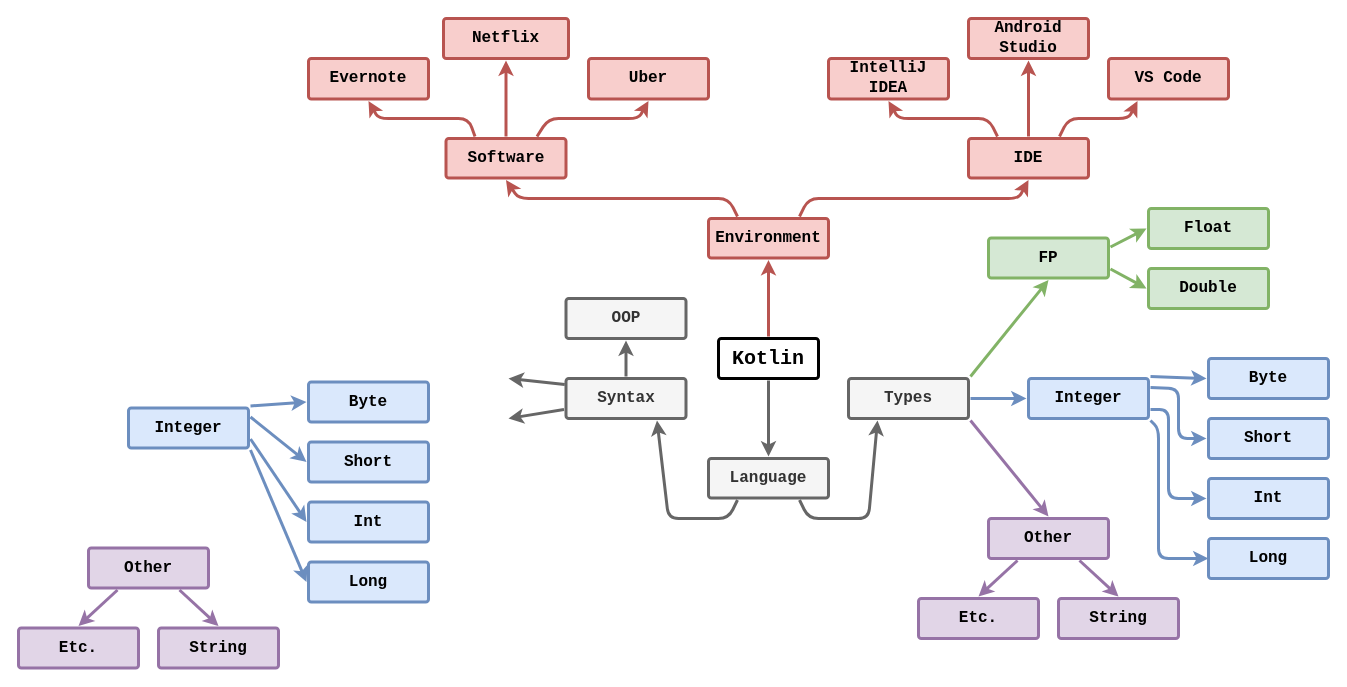
IvanKr08/Root-Certificate-Updater keeps this draw.io diagram as Диаграмма без названия.drawio. Above is the earlier version. Source tidied: cells renumbered, new cells numbered last; positions are measured from the earlier drawing's top-left corner, leaving out a move shared by most shapes. Both pictures are drawn from the tidied source at 100%, with x=0, y=0 at pixel (18, 18).
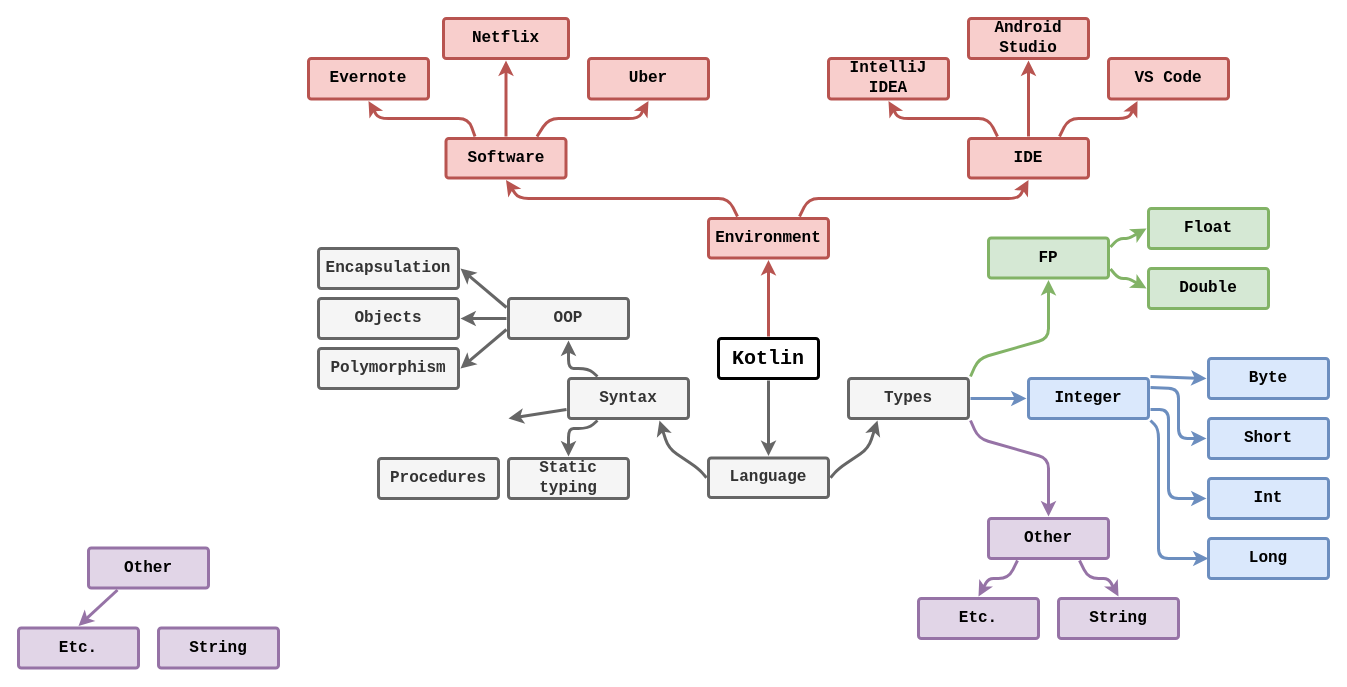
The same page after the edit.

Unchanged cells that the change refers to:
```xml
<mxCell id="13" value="Types" style="rounded=1;whiteSpace=wrap;html=1;shadow=0;labelBackgroundColor=none;strokeWidth=3;fontFamily=Courier New;fontSize=16;align=center;spacing=5;fontStyle=1;arcSize=7;perimeterSpacing=2;fillColor=#f5f5f5;strokeColor=#666666;fontColor=#333333;" parent="1" vertex="1">
  <mxGeometry x="830" y="360" width="120" height="40" as="geometry" />
</mxCell>
<mxCell id="28" value="FP" style="rounded=1;whiteSpace=wrap;html=1;shadow=0;labelBackgroundColor=none;strokeColor=#82b366;strokeWidth=3;fillColor=#d5e8d4;fontFamily=Courier New;fontSize=16;align=center;spacing=5;fontStyle=1;arcSize=7;perimeterSpacing=2;" parent="1" vertex="1">
  <mxGeometry x="970" y="219.5" width="120" height="40" as="geometry" />
</mxCell>
<mxCell id="30" value="Other" style="rounded=1;whiteSpace=wrap;html=1;shadow=0;labelBackgroundColor=none;strokeColor=#9673a6;strokeWidth=3;fillColor=#e1d5e7;fontFamily=Courier New;fontSize=16;align=center;spacing=5;fontStyle=1;arcSize=7;perimeterSpacing=2;" parent="1" vertex="1">
  <mxGeometry x="970" y="500" width="120" height="40" as="geometry" />
</mxCell>
<mxCell id="31" value="Double" style="rounded=1;whiteSpace=wrap;html=1;shadow=0;labelBackgroundColor=none;strokeColor=#82b366;strokeWidth=3;fillColor=#d5e8d4;fontFamily=Courier New;fontSize=16;align=center;spacing=5;fontStyle=1;arcSize=7;perimeterSpacing=2;" parent="1" vertex="1">
  <mxGeometry x="1130" y="250" width="120" height="40" as="geometry" />
</mxCell>
<mxCell id="32" value="Float" style="rounded=1;whiteSpace=wrap;html=1;shadow=0;labelBackgroundColor=none;strokeColor=#82b366;strokeWidth=3;fillColor=#d5e8d4;fontFamily=Courier New;fontSize=16;align=center;spacing=5;fontStyle=1;arcSize=7;perimeterSpacing=2;" parent="1" vertex="1">
  <mxGeometry x="1130" y="190" width="120" height="40" as="geometry" />
</mxCell>
<mxCell id="43" value="String" style="rounded=1;whiteSpace=wrap;html=1;shadow=0;labelBackgroundColor=none;strokeColor=#9673a6;strokeWidth=3;fillColor=#e1d5e7;fontFamily=Courier New;fontSize=16;align=center;spacing=5;fontStyle=1;arcSize=7;perimeterSpacing=2;" parent="1" vertex="1">
  <mxGeometry x="1040" y="580" width="120" height="40" as="geometry" />
</mxCell>
<mxCell id="44" value="Etc." style="rounded=1;whiteSpace=wrap;html=1;shadow=0;labelBackgroundColor=none;strokeColor=#9673a6;strokeWidth=3;fillColor=#e1d5e7;fontFamily=Courier New;fontSize=16;align=center;spacing=5;fontStyle=1;arcSize=7;perimeterSpacing=2;" parent="1" vertex="1">
  <mxGeometry x="900" y="580" width="120" height="40" as="geometry" />
</mxCell>
<mxCell id="54" value="Other" style="rounded=1;whiteSpace=wrap;html=1;shadow=0;labelBackgroundColor=none;strokeColor=#9673a6;strokeWidth=3;fillColor=#e1d5e7;fontFamily=Courier New;fontSize=16;align=center;spacing=5;fontStyle=1;arcSize=7;perimeterSpacing=2;" parent="1" vertex="1">
  <mxGeometry x="70" y="529.5" width="120" height="40" as="geometry" />
</mxCell>
<mxCell id="63" value="String" style="rounded=1;whiteSpace=wrap;html=1;shadow=0;labelBackgroundColor=none;strokeColor=#9673a6;strokeWidth=3;fillColor=#e1d5e7;fontFamily=Courier New;fontSize=16;align=center;spacing=5;fontStyle=1;arcSize=7;perimeterSpacing=2;" parent="1" vertex="1">
  <mxGeometry x="140" y="609.5" width="120" height="40" as="geometry" />
</mxCell>
```

The edit, as a diff of the source:
```diff
@@
-    <mxCell id="3" style="edgeStyle=none;rounded=1;jumpStyle=none;html=1;shadow=0;labelBackgroundColor=none;startArrow=none;startFill=0;endArrow=classic;endFill=1;jettySize=auto;strokeColor=#666666;strokeWidth=3;fontFamily=Courier New;fontSize=16;fontColor=default;spacing=5;fontStyle=1;fillColor=#f5f5f5;entryX=0.25;entryY=1;entryDx=0;entryDy=0;exitX=0.75;exitY=1;exitDx=0;exitDy=0;" parent="1" edge="1" source="27" target="13">
+    <mxCell id="3" style="edgeStyle=none;rounded=1;jumpStyle=none;html=1;shadow=0;labelBackgroundColor=none;startArrow=none;startFill=0;endArrow=classic;endFill=1;jettySize=auto;strokeColor=#666666;strokeWidth=3;fontFamily=Courier New;fontSize=16;fontColor=default;spacing=5;fontStyle=1;fillColor=#f5f5f5;entryX=0.25;entryY=1;entryDx=0;entryDy=0;exitX=1;exitY=0.5;exitDx=0;exitDy=0;" parent="1" edge="1" source="27" target="13">
       <mxGeometry relative="1" as="geometry">
         <Array as="points">
-          <mxPoint x="790" y="500" />
-          <mxPoint x="850" y="500" />
+          <mxPoint x="820" y="450" />
+          <mxPoint x="850" y="430" />
         </Array>
       </mxGeometry>
     </mxCell>
@@
     <mxCell id="14" style="edgeStyle=none;rounded=1;jumpStyle=none;html=1;shadow=0;labelBackgroundColor=none;startArrow=none;startFill=0;jettySize=auto;strokeWidth=3;fontFamily=Courier New;fontSize=16;fontColor=default;spacing=5;fontStyle=1;exitX=1;exitY=1;exitDx=0;exitDy=0;entryX=0.5;entryY=0;entryDx=0;entryDy=0;fillColor=#e1d5e7;strokeColor=#9673a6;" parent="1" edge="1" source="13" target="30">
-      <mxGeometry relative="1" as="geometry" />
+      <mxGeometry relative="1" as="geometry">
+        <Array as="points">
+          <mxPoint x="960" y="420" />
+          <mxPoint x="1030" y="440" />
+        </Array>
+      </mxGeometry>
     </mxCell>
@@
     <mxCell id="16" style="edgeStyle=none;rounded=1;jumpStyle=none;html=1;shadow=0;labelBackgroundColor=none;startArrow=none;startFill=0;jettySize=auto;strokeWidth=3;fontFamily=Courier New;fontSize=16;fontColor=default;spacing=5;fontStyle=1;entryX=0.5;entryY=1;entryDx=0;entryDy=0;exitX=1;exitY=0;exitDx=0;exitDy=0;fillColor=#d5e8d4;strokeColor=#82b366;" parent="1" edge="1" source="13" target="28">
-      <mxGeometry relative="1" as="geometry" />
+      <mxGeometry relative="1" as="geometry">
+        <Array as="points">
+          <mxPoint x="960" y="340" />
+          <mxPoint x="1030" y="320" />
+        </Array>
+      </mxGeometry>
     </mxCell>
@@
     <mxCell id="27" value="Language" style="rounded=1;whiteSpace=wrap;html=1;shadow=0;labelBackgroundColor=none;strokeWidth=3;fontFamily=Courier New;fontSize=16;align=center;spacing=5;fontStyle=1;arcSize=7;perimeterSpacing=2;fillColor=#f5f5f5;fontColor=#333333;strokeColor=#666666;" parent="1" vertex="1">
-      <mxGeometry x="690" y="440" width="120" height="39.5" as="geometry" />
+      <mxGeometry x="690" y="439.5" width="120" height="39.5" as="geometry" />
     </mxCell>
@@
     <mxCell id="33" style="edgeStyle=none;rounded=1;jumpStyle=none;html=1;shadow=0;labelBackgroundColor=none;startArrow=none;startFill=0;jettySize=auto;strokeColor=#82b366;strokeWidth=3;fontFamily=Courier New;fontSize=16;fontColor=default;spacing=5;fontStyle=1;fillColor=#d5e8d4;exitX=1;exitY=0.75;exitDx=0;exitDy=0;entryX=0;entryY=0.5;entryDx=0;entryDy=0;" parent="1" edge="1" source="28" target="31">
-      <mxGeometry relative="1" as="geometry" />
+      <mxGeometry relative="1" as="geometry">
+        <Array as="points">
+          <mxPoint x="1100" y="260" />
+          <mxPoint x="1110" y="260" />
+        </Array>
+      </mxGeometry>
     </mxCell>
     <mxCell id="34" style="edgeStyle=none;rounded=1;jumpStyle=none;html=1;shadow=0;labelBackgroundColor=none;startArrow=none;startFill=0;jettySize=auto;strokeColor=#82b366;strokeWidth=3;fontFamily=Courier New;fontSize=16;fontColor=default;spacing=5;fontStyle=1;fillColor=#d5e8d4;exitX=1;exitY=0.25;exitDx=0;exitDy=0;entryX=0;entryY=0.5;entryDx=0;entryDy=0;" parent="1" edge="1" source="28" target="32">
-      <mxGeometry relative="1" as="geometry" />
+      <mxGeometry relative="1" as="geometry">
+        <Array as="points">
+          <mxPoint x="1100" y="220" />
+          <mxPoint x="1110" y="220" />
+        </Array>
+      </mxGeometry>
     </mxCell>
@@
     <mxCell id="45" style="edgeStyle=none;rounded=1;jumpStyle=none;html=1;shadow=0;labelBackgroundColor=none;startArrow=none;startFill=0;jettySize=auto;strokeColor=#9673a6;strokeWidth=3;fontFamily=Courier New;fontSize=16;fontColor=default;spacing=5;fontStyle=1;fillColor=#e1d5e7;exitX=0.75;exitY=1;exitDx=0;exitDy=0;entryX=0.5;entryY=0;entryDx=0;entryDy=0;" parent="1" edge="1" source="30" target="43">
-      <mxGeometry relative="1" as="geometry" />
+      <mxGeometry relative="1" as="geometry">
+        <Array as="points">
+          <mxPoint x="1070" y="560" />
+          <mxPoint x="1090" y="560" />
+        </Array>
+      </mxGeometry>
     </mxCell>
     <mxCell id="46" style="edgeStyle=none;rounded=1;jumpStyle=none;html=1;shadow=0;labelBackgroundColor=none;startArrow=none;startFill=0;jettySize=auto;strokeColor=#9673a6;strokeWidth=3;fontFamily=Courier New;fontSize=16;fontColor=default;spacing=5;fontStyle=1;fillColor=#e1d5e7;exitX=0.25;exitY=1;exitDx=0;exitDy=0;entryX=0.5;entryY=0;entryDx=0;entryDy=0;" parent="1" edge="1" source="30" target="44">
-      <mxGeometry relative="1" as="geometry" />
+      <mxGeometry relative="1" as="geometry">
+        <Array as="points">
+          <mxPoint x="990" y="560" />
+          <mxPoint x="970" y="560" />
+        </Array>
+      </mxGeometry>
     </mxCell>
     <mxCell id="47" value="Syntax" style="rounded=1;whiteSpace=wrap;html=1;shadow=0;labelBackgroundColor=none;strokeColor=#666666;strokeWidth=3;fillColor=#f5f5f5;fontFamily=Courier New;fontSize=16;align=center;spacing=5;fontStyle=1;arcSize=7;perimeterSpacing=2;fontColor=#333333;" parent="1" vertex="1">
-      <mxGeometry x="547.5" y="360" width="120" height="40" as="geometry" />
+      <mxGeometry x="550" y="360" width="120" height="40" as="geometry" />
     </mxCell>
-    <mxCell id="48" style="edgeStyle=none;rounded=1;jumpStyle=none;html=1;shadow=0;labelBackgroundColor=none;startArrow=none;startFill=0;endArrow=classic;endFill=1;jettySize=auto;strokeColor=#666666;strokeWidth=3;fontFamily=Courier New;fontSize=16;fontColor=default;spacing=5;fontStyle=1;entryX=0.75;entryY=1;entryDx=0;entryDy=0;fillColor=#f5f5f5;exitX=0.25;exitY=1;exitDx=0;exitDy=0;" parent="1" edge="1" source="27" target="47">
+    <mxCell id="48" style="edgeStyle=none;rounded=1;jumpStyle=none;html=1;shadow=0;labelBackgroundColor=none;startArrow=none;startFill=0;endArrow=classic;endFill=1;jettySize=auto;strokeColor=#666666;strokeWidth=3;fontFamily=Courier New;fontSize=16;fontColor=default;spacing=5;fontStyle=1;entryX=0.75;entryY=1;entryDx=0;entryDy=0;fillColor=#f5f5f5;exitX=0;exitY=0.5;exitDx=0;exitDy=0;" parent="1" edge="1" source="27" target="47">
       <mxGeometry relative="1" as="geometry">
         <Array as="points">
-          <mxPoint x="710" y="500" />
-          <mxPoint x="650" y="500" />
+          <mxPoint x="680" y="450" />
+          <mxPoint x="650" y="430" />
         </Array>
       </mxGeometry>
     </mxCell>
@@
-    <mxCell id="50" style="edgeStyle=none;rounded=1;jumpStyle=none;html=1;shadow=0;labelBackgroundColor=none;startArrow=none;startFill=0;jettySize=auto;strokeWidth=3;fontFamily=Courier New;fontSize=16;fontColor=default;spacing=5;fontStyle=1;exitX=0.006;exitY=0.182;exitDx=0;exitDy=0;fillColor=#f5f5f5;strokeColor=#666666;exitPerimeter=0;" parent="1" edge="1" source="47">
-      <mxGeometry relative="1" as="geometry">
-        <mxPoint x="490" y="360" as="targetPoint" />
-      </mxGeometry>
+    <mxCell id="50" style="edgeStyle=none;rounded=1;jumpStyle=none;html=1;shadow=0;labelBackgroundColor=none;startArrow=none;startFill=0;jettySize=auto;strokeWidth=3;fontFamily=Courier New;fontSize=16;fontColor=default;spacing=5;fontStyle=1;exitX=0;exitY=0.75;exitDx=0;exitDy=0;fillColor=#f5f5f5;strokeColor=#666666;entryX=1;entryY=0.5;entryDx=0;entryDy=0;" parent="1" edge="1" source="52" target="68">
+      <mxGeometry relative="1" as="geometry" />
     </mxCell>
-    <mxCell id="51" style="edgeStyle=none;rounded=1;jumpStyle=none;html=1;shadow=0;labelBackgroundColor=none;startArrow=none;startFill=0;jettySize=auto;strokeWidth=3;fontFamily=Courier New;fontSize=16;fontColor=default;spacing=5;fontStyle=1;entryX=0.5;entryY=1;entryDx=0;entryDy=0;exitX=0.5;exitY=0;exitDx=0;exitDy=0;fillColor=#f5f5f5;strokeColor=#666666;" parent="1" edge="1" source="47" target="52">
-      <mxGeometry relative="1" as="geometry" />
+    <mxCell id="51" style="edgeStyle=none;rounded=1;jumpStyle=none;html=1;shadow=0;labelBackgroundColor=none;startArrow=none;startFill=0;jettySize=auto;strokeWidth=3;fontFamily=Courier New;fontSize=16;fontColor=default;spacing=5;fontStyle=1;entryX=0.5;entryY=1;entryDx=0;entryDy=0;exitX=0.25;exitY=0;exitDx=0;exitDy=0;fillColor=#f5f5f5;strokeColor=#666666;" parent="1" edge="1" source="47" target="52">
+      <mxGeometry relative="1" as="geometry">
+        <Array as="points">
+          <mxPoint x="570" y="350" />
+          <mxPoint x="550" y="350" />
+        </Array>
+      </mxGeometry>
     </mxCell>
     <mxCell id="52" value="OOP" style="rounded=1;whiteSpace=wrap;html=1;shadow=0;labelBackgroundColor=none;strokeColor=#666666;strokeWidth=3;fillColor=#f5f5f5;fontFamily=Courier New;fontSize=16;align=center;spacing=5;fontStyle=1;arcSize=7;perimeterSpacing=2;fontColor=#333333;" parent="1" vertex="1">
-      <mxGeometry x="547.5" y="280" width="120" height="40" as="geometry" />
+      <mxGeometry x="490" y="280" width="120" height="40" as="geometry" />
     </mxCell>
-    <mxCell id="53" value="Integer" style="rounded=1;whiteSpace=wrap;html=1;shadow=0;labelBackgroundColor=none;strokeColor=#6c8ebf;strokeWidth=3;fillColor=#dae8fc;fontFamily=Courier New;fontSize=16;align=center;spacing=5;fontStyle=1;arcSize=7;perimeterSpacing=2;" parent="1" vertex="1">
-      <mxGeometry x="110" y="389.5" width="120" height="40" as="geometry" />
-    </mxCell>
@@
-    <mxCell id="55" value="Short" style="rounded=1;whiteSpace=wrap;html=1;shadow=0;labelBackgroundColor=none;strokeColor=#6c8ebf;strokeWidth=3;fillColor=#dae8fc;fontFamily=Courier New;fontSize=16;align=center;spacing=5;fontStyle=1;arcSize=7;perimeterSpacing=2;" parent="1" vertex="1">
-      <mxGeometry x="290" y="423.5" width="120" height="40" as="geometry" />
-    </mxCell>
-    <mxCell id="56" value="Byte" style="rounded=1;whiteSpace=wrap;html=1;shadow=0;labelBackgroundColor=none;strokeColor=#6c8ebf;strokeWidth=3;fillColor=#dae8fc;fontFamily=Courier New;fontSize=16;align=center;spacing=5;fontStyle=1;arcSize=7;perimeterSpacing=2;" parent="1" vertex="1">
-      <mxGeometry x="290" y="363.5" width="120" height="40" as="geometry" />
-    </mxCell>
-    <mxCell id="57" style="edgeStyle=none;rounded=1;jumpStyle=none;html=1;shadow=0;labelBackgroundColor=none;startArrow=none;startFill=0;jettySize=auto;strokeColor=#6c8ebf;strokeWidth=3;fontFamily=Courier New;fontSize=16;fontColor=default;spacing=5;fontStyle=1;fillColor=#dae8fc;exitX=1;exitY=0.25;exitDx=0;exitDy=0;entryX=0;entryY=0.5;entryDx=0;entryDy=0;" parent="1" edge="1" source="53" target="55">
-      <mxGeometry relative="1" as="geometry" />
-    </mxCell>
-    <mxCell id="58" style="edgeStyle=none;rounded=1;jumpStyle=none;html=1;shadow=0;labelBackgroundColor=none;startArrow=none;startFill=0;jettySize=auto;strokeColor=#6c8ebf;strokeWidth=3;fontFamily=Courier New;fontSize=16;fontColor=default;spacing=5;fontStyle=1;fillColor=#dae8fc;exitX=1;exitY=0;exitDx=0;exitDy=0;entryX=0;entryY=0.5;entryDx=0;entryDy=0;" parent="1" edge="1" source="53" target="56">
-      <mxGeometry relative="1" as="geometry" />
-    </mxCell>
-    <mxCell id="59" value="Long" style="rounded=1;whiteSpace=wrap;html=1;shadow=0;labelBackgroundColor=none;strokeColor=#6c8ebf;strokeWidth=3;fillColor=#dae8fc;fontFamily=Courier New;fontSize=16;align=center;spacing=5;fontStyle=1;arcSize=7;perimeterSpacing=2;" parent="1" vertex="1">
-      <mxGeometry x="290" y="543.5" width="120" height="40" as="geometry" />
+    <mxCell id="59" value="Static typing" style="rounded=1;whiteSpace=wrap;html=1;shadow=0;labelBackgroundColor=none;strokeColor=#666666;strokeWidth=3;fillColor=#f5f5f5;fontFamily=Courier New;fontSize=16;align=center;spacing=5;fontStyle=1;arcSize=7;perimeterSpacing=2;fontColor=#333333;" parent="1" vertex="1">
+      <mxGeometry x="490" y="440" width="120" height="40" as="geometry" />
     </mxCell>
-    <mxCell id="60" value="Int" style="rounded=1;whiteSpace=wrap;html=1;shadow=0;labelBackgroundColor=none;strokeColor=#6c8ebf;strokeWidth=3;fillColor=#dae8fc;fontFamily=Courier New;fontSize=16;align=center;spacing=5;fontStyle=1;arcSize=7;perimeterSpacing=2;" parent="1" vertex="1">
-      <mxGeometry x="290" y="483.5" width="120" height="40" as="geometry" />
-    </mxCell>
-    <mxCell id="61" style="edgeStyle=none;rounded=1;jumpStyle=none;html=1;shadow=0;labelBackgroundColor=none;startArrow=none;startFill=0;jettySize=auto;strokeColor=#6c8ebf;strokeWidth=3;fontFamily=Courier New;fontSize=16;fontColor=default;spacing=5;fontStyle=1;fillColor=#dae8fc;exitX=1;exitY=1;exitDx=0;exitDy=0;entryX=0;entryY=0.5;entryDx=0;entryDy=0;" parent="1" edge="1" source="53" target="59">
-      <mxGeometry relative="1" as="geometry" />
-    </mxCell>
-    <mxCell id="62" style="edgeStyle=none;rounded=1;jumpStyle=none;html=1;shadow=0;labelBackgroundColor=none;startArrow=none;startFill=0;jettySize=auto;strokeColor=#6c8ebf;strokeWidth=3;fontFamily=Courier New;fontSize=16;fontColor=default;spacing=5;fontStyle=1;fillColor=#dae8fc;exitX=1;exitY=0.75;exitDx=0;exitDy=0;entryX=0;entryY=0.5;entryDx=0;entryDy=0;" parent="1" edge="1" source="53" target="60">
-      <mxGeometry relative="1" as="geometry" />
-    </mxCell>
@@
-    <mxCell id="65" style="edgeStyle=none;rounded=1;jumpStyle=none;html=1;shadow=0;labelBackgroundColor=none;startArrow=none;startFill=0;jettySize=auto;strokeColor=#9673a6;strokeWidth=3;fontFamily=Courier New;fontSize=16;fontColor=default;spacing=5;fontStyle=1;fillColor=#e1d5e7;exitX=0.75;exitY=1;exitDx=0;exitDy=0;entryX=0.5;entryY=0;entryDx=0;entryDy=0;" parent="1" edge="1" source="54" target="63">
-      <mxGeometry relative="1" as="geometry" />
-    </mxCell>
@@
+    <mxCell id="67" style="edgeStyle=none;rounded=1;jumpStyle=none;html=1;shadow=0;labelBackgroundColor=none;startArrow=none;startFill=0;jettySize=auto;strokeWidth=3;fontFamily=Courier New;fontSize=16;fontColor=default;spacing=5;fontStyle=1;fillColor=#f5f5f5;strokeColor=#666666;entryX=0.5;entryY=0;entryDx=0;entryDy=0;exitX=0.25;exitY=1;exitDx=0;exitDy=0;" parent="1" edge="1" source="47" target="59">
+      <mxGeometry relative="1" as="geometry">
+        <Array as="points">
+          <mxPoint x="570" y="410" />
+          <mxPoint x="550" y="410" />
+        </Array>
+      </mxGeometry>
+    </mxCell>
+    <mxCell id="68" value="Polymorphism" style="rounded=1;whiteSpace=wrap;html=1;shadow=0;labelBackgroundColor=none;strokeColor=#666666;strokeWidth=3;fillColor=#f5f5f5;fontFamily=Courier New;fontSize=16;align=center;spacing=5;fontStyle=1;arcSize=7;perimeterSpacing=2;fontColor=#333333;" parent="1" vertex="1">
+      <mxGeometry x="300" y="330" width="140" height="40" as="geometry" />
+    </mxCell>
+    <mxCell id="69" style="edgeStyle=none;rounded=1;jumpStyle=none;html=1;shadow=0;labelBackgroundColor=none;startArrow=none;startFill=0;jettySize=auto;strokeWidth=3;fontFamily=Courier New;fontSize=16;fontColor=default;spacing=5;fontStyle=1;entryX=1;entryY=0.5;entryDx=0;entryDy=0;exitX=0;exitY=0.5;exitDx=0;exitDy=0;fillColor=#f5f5f5;strokeColor=#666666;" parent="1" edge="1" source="52" target="70">
+      <mxGeometry relative="1" as="geometry" />
+    </mxCell>
+    <mxCell id="70" value="Objects" style="rounded=1;whiteSpace=wrap;html=1;shadow=0;labelBackgroundColor=none;strokeColor=#666666;strokeWidth=3;fillColor=#f5f5f5;fontFamily=Courier New;fontSize=16;align=center;spacing=5;fontStyle=1;arcSize=7;perimeterSpacing=2;fontColor=#333333;" parent="1" vertex="1">
+      <mxGeometry x="300" y="280" width="140" height="40" as="geometry" />
+    </mxCell>
+    <mxCell id="71" value="Encapsulation" style="rounded=1;whiteSpace=wrap;html=1;shadow=0;labelBackgroundColor=none;strokeColor=#666666;strokeWidth=3;fillColor=#f5f5f5;fontFamily=Courier New;fontSize=16;align=center;spacing=5;fontStyle=1;arcSize=7;perimeterSpacing=2;fontColor=#333333;" parent="1" vertex="1">
+      <mxGeometry x="300" y="230" width="140" height="40" as="geometry" />
+    </mxCell>
+    <mxCell id="72" style="edgeStyle=none;rounded=1;jumpStyle=none;html=1;shadow=0;labelBackgroundColor=none;startArrow=none;startFill=0;jettySize=auto;strokeWidth=3;fontFamily=Courier New;fontSize=16;fontColor=default;spacing=5;fontStyle=1;exitX=0;exitY=0.25;exitDx=0;exitDy=0;fillColor=#f5f5f5;strokeColor=#666666;entryX=1;entryY=0.5;entryDx=0;entryDy=0;" parent="1" edge="1" source="52" target="71">
+      <mxGeometry relative="1" as="geometry" />
+    </mxCell>
+    <mxCell id="73" value="Procedures" style="rounded=1;whiteSpace=wrap;html=1;shadow=0;labelBackgroundColor=none;strokeColor=#666666;strokeWidth=3;fillColor=#f5f5f5;fontFamily=Courier New;fontSize=16;align=center;spacing=5;fontStyle=1;arcSize=7;perimeterSpacing=2;fontColor=#333333;" parent="1" vertex="1">
+      <mxGeometry x="360" y="440" width="120" height="40" as="geometry" />
+    </mxCell>
```
